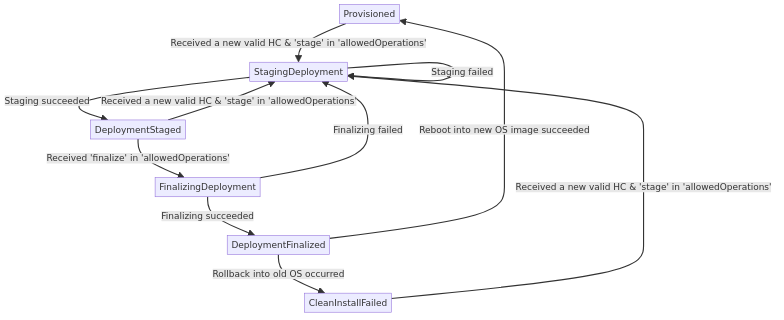
Before: dev-docs/diagrams/state-diagrams/ab-update.png, a diagram exported from Mermaid (microsoft/trident). Its source is kept beside it as dev-docs/diagrams/state-diagrams/ab-update.mmd.
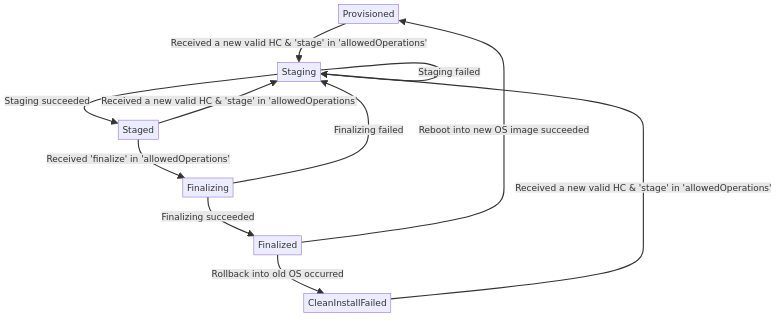
After the commit.

Diff of the diagram source:
```diff
@@ -1,10 +1,10 @@
 graph TD
-A[Provisioned] --> |Received a new valid HC & 'stage' in 'allowedOperations'|B[StagingDeployment]
-B --> |Staging succeeded|C[DeploymentStaged]
+A[Provisioned] --> |Received a new valid HC & 'stage' in 'allowedOperations'|B[Staging]
+B --> |Staging succeeded|C[Staged]
 B --> |Staging failed|B
-C --> |Received 'finalize' in 'allowedOperations'|E[FinalizingDeployment]
+C --> |Received 'finalize' in 'allowedOperations'|E[Finalizing]
 C --> |Received a new valid HC & 'stage' in 'allowedOperations'|B
-E --> |Finalizing succeeded|F[DeploymentFinalized]
+E --> |Finalizing succeeded|F[Finalized]
 E --> |Finalizing failed|B
 F --> |Reboot into new OS image succeeded|A
 F --> |Rollback into old OS occurred|D[CleanInstallFailed]
```
